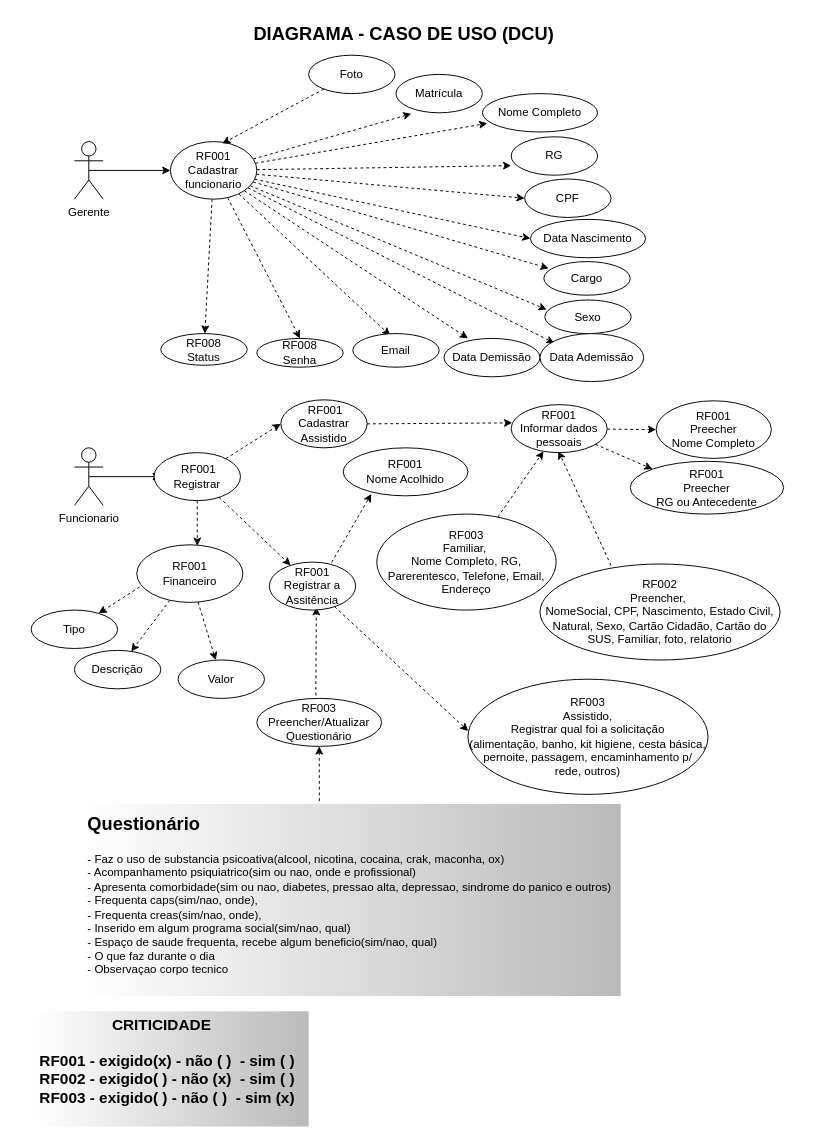
LeoImenes/Projeto-ONG keeps this draw.io diagram as REQUESITOS/FUNCIONALIDADES/DIAGRAMA CASO DE USO (DCU).drawio. Above is the earlier version. Source tidied: cells renumbered, new cells numbered last; positions are measured from the earlier drawing's top-left corner, leaving out a move shared by most shapes. Both pictures are drawn from the tidied source at 96%, with x=0, y=0 at pixel (31, 16).
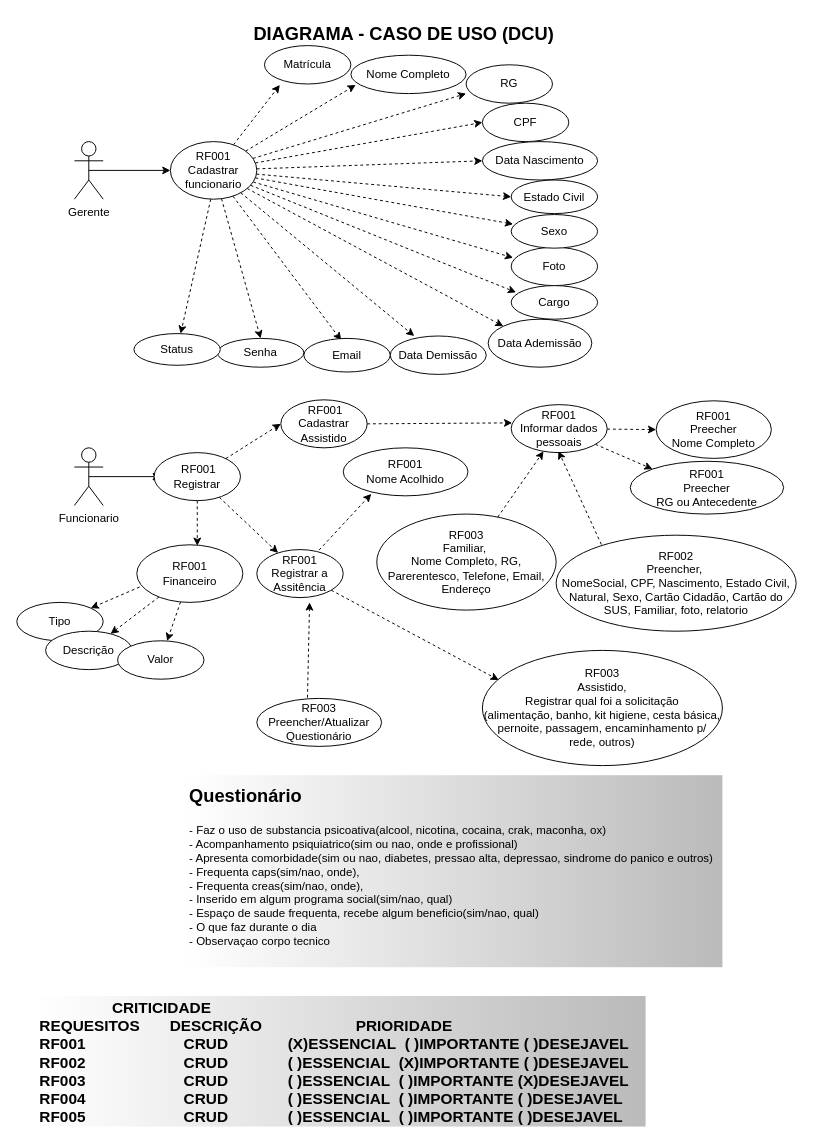
Above is the later version.

Commit message (it also covers changes not shown here):
ATUALIZAÇÕES DCU, MEReDER, DIAGRAMA DE CLASSE

The change refers to these unchanged cells:
```xml
<mxCell id="20" value="RF001&lt;br&gt;Cadastrar funcionario" style="ellipse;whiteSpace=wrap;html=1;" parent="1" vertex="1">
  <mxGeometry x="145" y="130" width="90" height="60" as="geometry" />
</mxCell>
<mxCell id="37" value="RF003&lt;br&gt;Preencher/Atualizar Questionário" style="ellipse;whiteSpace=wrap;html=1;" parent="1" vertex="1">
  <mxGeometry x="235" y="710" width="130" height="50" as="geometry" />
</mxCell>
```

Change to the diagram source:
```diff
@@
-    <mxCell id="18" style="edgeStyle=none;rounded=0;jettySize=auto;html=1;dashed=1;" parent="1" edge="1" source="20">
-      <mxGeometry relative="1" as="geometry">
-        <mxPoint x="545" y="340" as="targetPoint" />
-      </mxGeometry>
-    </mxCell>
-    <mxCell id="19" style="edgeStyle=none;rounded=0;jettySize=auto;html=1;dashed=1;" parent="1" edge="1" source="20" target="53">
-      <mxGeometry relative="1" as="geometry" />
+    <mxCell id="19" style="edgeStyle=none;rounded=0;jettySize=auto;html=1;dashed=1;" parent="1" edge="1" target="53">
+      <mxGeometry relative="1" as="geometry">
+        <mxPoint x="187" y="190" as="sourcePoint" />
+      </mxGeometry>
     </mxCell>
+    <mxCell id="67" style="rounded=0;jettySize=auto;html=1;entryX=0;entryY=0.5;entryDx=0;entryDy=0;dashed=1;" parent="1" edge="1" source="20" target="70">
+      <mxGeometry relative="1" as="geometry" />
+    </mxCell>
+    <mxCell id="68" style="edgeStyle=none;rounded=0;jettySize=auto;html=1;entryX=0.022;entryY=0.275;entryDx=0;entryDy=0;entryPerimeter=0;dashed=1;" parent="1" edge="1" source="20" target="46">
+      <mxGeometry relative="1" as="geometry" />
+    </mxCell>
+    <mxCell id="69" style="edgeStyle=none;rounded=0;jettySize=auto;html=1;entryX=0;entryY=0;entryDx=0;entryDy=0;dashed=1;" parent="1" edge="1" source="20" target="51">
+      <mxGeometry relative="1" as="geometry" />
+    </mxCell>
@@
     <mxCell id="26" value="RF002&lt;br&gt;Preencher,&amp;nbsp;&lt;br&gt;NomeSocial, CPF, Nascimento, Estado Civil, Natural, Sexo, Cartão Cidadão, Cartão do SUS, Familiar, foto, relatorio" style="ellipse;whiteSpace=wrap;html=1;" parent="1" vertex="1">
-      <mxGeometry x="530" y="570" width="250" height="100" as="geometry" />
+      <mxGeometry x="546.8" y="540" width="250" height="100" as="geometry" />
     </mxCell>
@@
     <mxCell id="28" value="RG" style="ellipse;whiteSpace=wrap;html=1;" parent="1" vertex="1">
-      <mxGeometry x="500" y="125" width="90" height="40" as="geometry" />
+      <mxGeometry x="453" y="50" width="90" height="40" as="geometry" />
     </mxCell>
     <mxCell id="29" value="Matrícula" style="ellipse;whiteSpace=wrap;html=1;" parent="1" vertex="1">
-      <mxGeometry x="380" y="60" width="90" height="40" as="geometry" />
+      <mxGeometry x="243" y="30" width="90" height="40" as="geometry" />
     </mxCell>
-    <mxCell id="30" value="RF008&lt;br&gt;Senha" style="ellipse;whiteSpace=wrap;html=1;" parent="1" vertex="1">
-      <mxGeometry x="235" y="335" width="90" height="30" as="geometry" />
+    <mxCell id="30" value="Senha" style="ellipse;whiteSpace=wrap;html=1;" parent="1" vertex="1">
+      <mxGeometry x="194" y="335" width="90" height="30" as="geometry" />
     </mxCell>
     <mxCell id="31" value="Tipo" style="ellipse;whiteSpace=wrap;html=1;" parent="1" vertex="1">
-      <mxGeometry y="618" width="90" height="40" as="geometry" />
+      <mxGeometry x="-15" y="610" width="90" height="40" as="geometry" />
     </mxCell>
     <mxCell id="32" value="Descrição" style="ellipse;whiteSpace=wrap;html=1;" parent="1" vertex="1">
-      <mxGeometry x="45" y="660" width="90" height="40" as="geometry" />
+      <mxGeometry x="15" y="640" width="90" height="40" as="geometry" />
     </mxCell>
@@
     <mxCell id="38" value="&lt;span&gt;RF003&lt;br&gt;Assistido,&lt;br&gt;Registrar qual foi a solicitação&lt;br&gt;(alimentação, banho, kit higiene, cesta básica, pernoite, passagem, encaminhamento p/ rede, outros)&lt;/span&gt;" style="ellipse;whiteSpace=wrap;html=1;" parent="1" vertex="1">
-      <mxGeometry x="455" y="690" width="250" height="120" as="geometry" />
+      <mxGeometry x="470" y="660" width="250" height="120" as="geometry" />
     </mxCell>
@@
-    <mxCell id="40" style="edgeStyle=none;rounded=0;orthogonalLoop=1;jettySize=auto;html=1;dashed=1;" parent="1" edge="1">
+    <mxCell id="40" style="edgeStyle=none;rounded=0;jettySize=auto;html=1;dashed=1;exitX=0.406;exitY=-0.017;exitDx=0;exitDy=0;exitPerimeter=0;" parent="1" edge="1" source="37">
       <mxGeometry relative="1" as="geometry">
-        <mxPoint x="296.5" y="707" as="sourcePoint" />
-        <mxPoint x="297" y="615" as="targetPoint" />
+        <mxPoint x="290" y="610" as="targetPoint" />
       </mxGeometry>
     </mxCell>
-    <mxCell id="41" style="edgeStyle=none;rounded=0;jettySize=auto;html=1;dashed=1;fontSize=19;exitX=0.44;exitY=-0.005;exitDx=0;exitDy=0;exitPerimeter=0;" parent="1" edge="1" source="42" target="37">
-      <mxGeometry relative="1" as="geometry" />
-    </mxCell>
     <mxCell id="42" value="&lt;h1&gt;&lt;span&gt;&lt;font style=&quot;font-size: 19px&quot;&gt;Questionário&lt;/font&gt;&lt;/span&gt;&lt;br&gt;&lt;/h1&gt;&lt;p&gt;&lt;span style=&quot;text-align: center&quot;&gt;- Faz o uso de substancia psicoativa(alcool, nicotina, cocaina, crak, maconha, ox)&lt;/span&gt;&lt;br style=&quot;text-align: center&quot;&gt;&lt;span style=&quot;text-align: center&quot;&gt;- Acompanhamento psiquiatrico(sim ou nao, onde e profissional)&lt;/span&gt;&lt;br style=&quot;text-align: center&quot;&gt;&lt;span style=&quot;text-align: center&quot;&gt;- Apresenta comorbidade(sim ou nao, diabetes, pressao alta, depressao, sindrome do panico e outros)&lt;/span&gt;&lt;br style=&quot;text-align: center&quot;&gt;&lt;span style=&quot;text-align: center&quot;&gt;- Frequenta caps(sim/nao, onde),&lt;/span&gt;&lt;br style=&quot;text-align: center&quot;&gt;&lt;span style=&quot;text-align: center&quot;&gt;- Frequenta creas(sim/nao, onde),&lt;/span&gt;&lt;br style=&quot;text-align: center&quot;&gt;&lt;span style=&quot;text-align: center&quot;&gt;- Inserido em algum programa social(sim/nao, qual)&lt;/span&gt;&lt;br style=&quot;text-align: center&quot;&gt;&lt;span style=&quot;text-align: center&quot;&gt;- Espaço de saude frequenta, recebe algum beneficio(sim/nao, qual)&lt;/span&gt;&lt;br style=&quot;text-align: center&quot;&gt;&lt;span style=&quot;text-align: center&quot;&gt;- O que faz durante o dia&lt;/span&gt;&lt;br style=&quot;text-align: center&quot;&gt;&lt;span style=&quot;text-align: center&quot;&gt;- Observaçao corpo tecnico&lt;/span&gt;&lt;br&gt;&lt;/p&gt;" style="text;html=1;strokeColor=none;fillColor=#BABABA;spacing=5;spacingTop=-20;whiteSpace=wrap;overflow=hidden;rounded=0;strokeWidth=1;glass=0;perimeterSpacing=2;dashed=1;noLabel=0;backgroundOutline=0;gradientColor=#ffffff;gradientDirection=west;" parent="1" vertex="1">
-      <mxGeometry x="54" y="820" width="560" height="200" as="geometry" />
+      <mxGeometry x="160" y="790" width="560" height="200" as="geometry" />
     </mxCell>
     <mxCell id="43" value="Data Demissão" style="ellipse;whiteSpace=wrap;html=1;" parent="1" vertex="1">
-      <mxGeometry x="430" y="335" width="100" height="40" as="geometry" />
+      <mxGeometry x="374" y="332.5" width="100" height="40" as="geometry" />
     </mxCell>
     <mxCell id="44" value="CPF" style="ellipse;whiteSpace=wrap;html=1;" parent="1" vertex="1">
-      <mxGeometry x="514" y="169" width="90" height="40" as="geometry" />
+      <mxGeometry x="470" y="90" width="90" height="40" as="geometry" />
     </mxCell>
-    <mxCell id="45" style="rounded=0;jettySize=auto;html=1;entryX=0.6;entryY=0.033;entryDx=0;entryDy=0;dashed=1;entryPerimeter=0;" parent="1" edge="1" source="46" target="20">
-      <mxGeometry relative="1" as="geometry" />
-    </mxCell>
     <mxCell id="46" value="Foto" style="ellipse;whiteSpace=wrap;html=1;" parent="1" vertex="1">
-      <mxGeometry x="289" y="40" width="90" height="40" as="geometry" />
+      <mxGeometry x="500" y="240" width="90" height="40" as="geometry" />
     </mxCell>
     <mxCell id="47" value="Data Nascimento" style="ellipse;whiteSpace=wrap;html=1;" parent="1" vertex="1">
-      <mxGeometry x="520" y="211" width="120" height="40" as="geometry" />
+      <mxGeometry x="470" y="130" width="120" height="40" as="geometry" />
     </mxCell>
     <mxCell id="48" value="Cargo" style="ellipse;whiteSpace=wrap;html=1;" parent="1" vertex="1">
-      <mxGeometry x="534" y="255" width="90" height="35" as="geometry" />
+      <mxGeometry x="500" y="280" width="90" height="35" as="geometry" />
     </mxCell>
     <mxCell id="49" value="Nome Completo" style="ellipse;whiteSpace=wrap;html=1;" parent="1" vertex="1">
-      <mxGeometry x="470" y="80" width="120" height="40" as="geometry" />
+      <mxGeometry x="333" y="40" width="120" height="40" as="geometry" />
     </mxCell>
     <mxCell id="50" value="Sexo" style="ellipse;whiteSpace=wrap;html=1;" parent="1" vertex="1">
-      <mxGeometry x="535" y="295" width="90" height="35" as="geometry" />
+      <mxGeometry x="500" y="206" width="90" height="35" as="geometry" />
     </mxCell>
     <mxCell id="51" value="Data Ademissão" style="ellipse;whiteSpace=wrap;html=1;" parent="1" vertex="1">
-      <mxGeometry x="530" y="330" width="108" height="50" as="geometry" />
+      <mxGeometry x="476" y="315" width="108" height="50" as="geometry" />
     </mxCell>
     <mxCell id="52" value="Email" style="ellipse;whiteSpace=wrap;html=1;" parent="1" vertex="1">
-      <mxGeometry x="335" y="330" width="90" height="35" as="geometry" />
+      <mxGeometry x="284" y="335" width="90" height="35" as="geometry" />
     </mxCell>
-    <mxCell id="53" value="RF008&lt;br&gt;Status" style="ellipse;whiteSpace=wrap;html=1;" parent="1" vertex="1">
-      <mxGeometry x="135" y="330" width="90" height="33" as="geometry" />
+    <mxCell id="53" value="Status" style="ellipse;whiteSpace=wrap;html=1;" parent="1" vertex="1">
+      <mxGeometry x="107" y="330" width="90" height="33" as="geometry" />
     </mxCell>
     <mxCell id="54" value="Valor" style="ellipse;whiteSpace=wrap;html=1;" parent="1" vertex="1">
-      <mxGeometry x="153" y="670" width="90" height="40" as="geometry" />
+      <mxGeometry x="90" y="650" width="90" height="40" as="geometry" />
     </mxCell>
@@
-    <mxCell id="62" style="edgeStyle=none;rounded=0;jettySize=auto;html=1;entryX=0.001;entryY=0.45;entryDx=0;entryDy=0;entryPerimeter=0;dashed=1;fontSize=19;" parent="1" edge="1" source="63" target="38">
+    <mxCell id="62" style="edgeStyle=none;rounded=0;jettySize=auto;html=1;entryX=0.068;entryY=0.257;entryDx=0;entryDy=0;entryPerimeter=0;dashed=1;fontSize=19;" parent="1" edge="1" source="63" target="38">
       <mxGeometry relative="1" as="geometry" />
     </mxCell>
     <mxCell id="63" value="RF001&lt;br&gt;Registrar a Assitência" style="ellipse;whiteSpace=wrap;html=1;" parent="1" vertex="1">
-      <mxGeometry x="248" y="568" width="90" height="50" as="geometry" />
+      <mxGeometry x="235" y="555" width="90" height="50" as="geometry" />
     </mxCell>
@@
-    <mxCell id="66" value="                 CRITICIDADE&#10;&#10;RF001 - exigido(x) - não ( )  - sim ( )&#10;RF002 - exigido( ) - não (x)  - sim ( )&#10;RF003 - exigido( ) - não ( )  - sim (x)&#10;" style="text;align=left;fontStyle=1;verticalAlign=middle;spacingLeft=3;spacingRight=3;strokeColor=none;rounded=0;glass=0;dashed=1;fontSize=16;fillColor=#BABABA;gradientColor=#ffffff;gradientDirection=west;" parent="1" vertex="1">
-      <mxGeometry x="4" y="1036" width="285" height="120" as="geometry" />
+    <mxCell id="66" value="                 CRITICIDADE&#10;REQUESITOS       DESCRIÇÃO                      PRIORIDADE&#10;RF001                       CRUD              (X)ESSENCIAL  ( )IMPORTANTE ( )DESEJAVEL&#10;RF002                       CRUD              ( )ESSENCIAL  (X)IMPORTANTE ( )DESEJAVEL&#10;RF003                       CRUD              ( )ESSENCIAL  ( )IMPORTANTE (X)DESEJAVEL&#10;RF004                       CRUD              ( )ESSENCIAL  ( )IMPORTANTE ( )DESEJAVEL&#10;RF005                       CRUD              ( )ESSENCIAL  ( )IMPORTANTE ( )DESEJAVEL" style="text;align=left;fontStyle=1;verticalAlign=middle;spacingLeft=3;spacingRight=3;strokeColor=none;rounded=0;glass=0;dashed=1;fontSize=16;fillColor=#BABABA;gradientColor=#ffffff;gradientDirection=west;" parent="1" vertex="1">
+      <mxGeometry x="4" y="1020" width="636" height="136" as="geometry" />
     </mxCell>
+    <mxCell id="70" value="Estado Civil" style="ellipse;whiteSpace=wrap;html=1;" parent="1" vertex="1">
+      <mxGeometry x="500" y="170" width="90" height="35" as="geometry" />
+    </mxCell>
```
